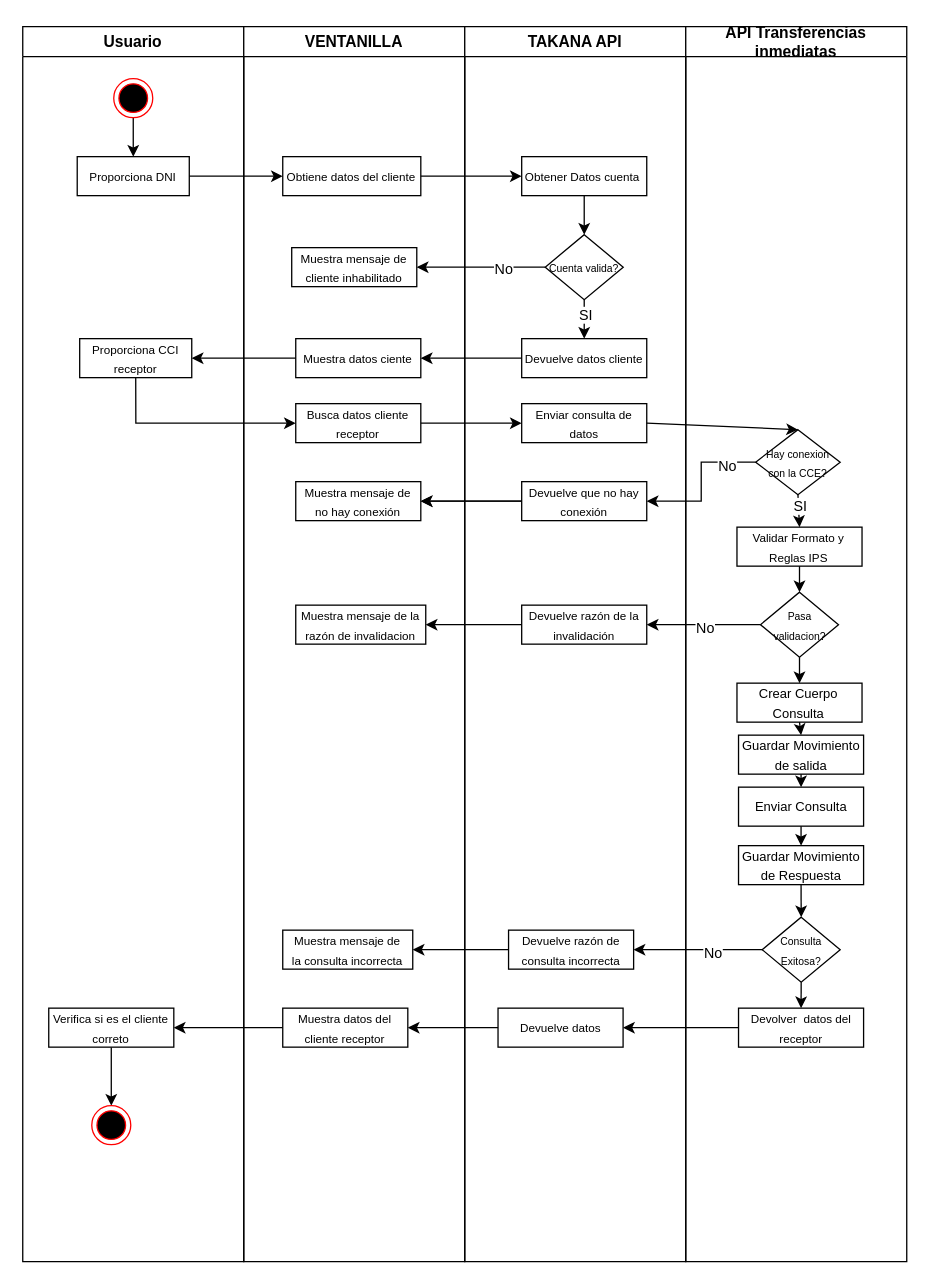
Richard-MJ/CMACT keeps this draw.io diagram as page "D. Flujo consulta salida" (9 of 11) of Diagramas.drawio. Above is the earlier version. Source tidied: cells renumbered, new cells numbered last; positions are measured from the earlier drawing's top-left corner, leaving out a move shared by most shapes. Both pictures are drawn from the tidied source at 130%, with x=0, y=0 at pixel (22, 26).
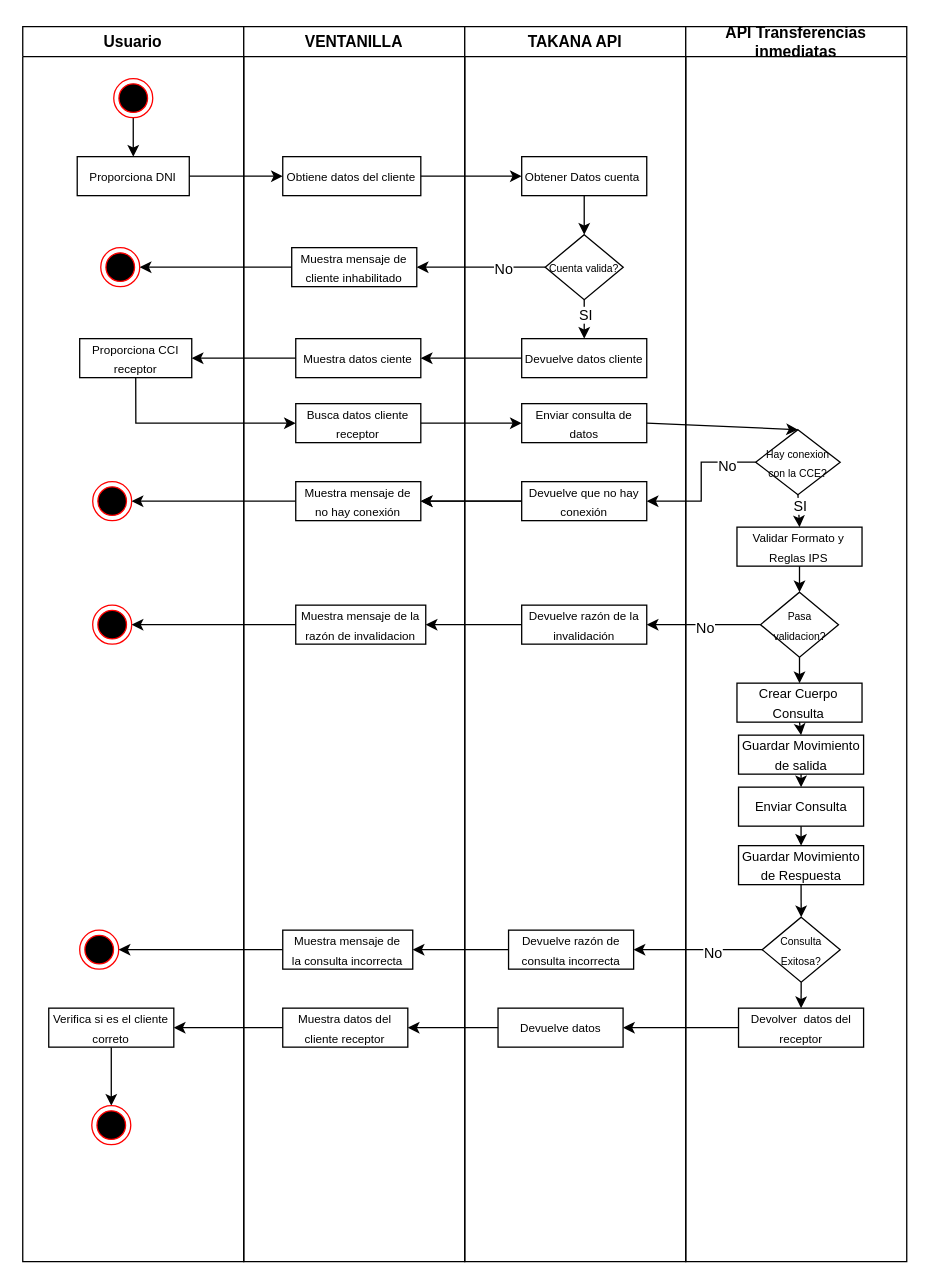
After the change.

Commit message:
D. Flujo Orden Salida

Unchanged cells that the change refers to:
```xml
<mxCell id="2" value="Usuario" style="swimlane;whiteSpace=wrap;html=1;" parent="1" vertex="1">
  <mxGeometry width="170" height="950" as="geometry" />
</mxCell>
<mxCell id="12" value="&lt;font style=&quot;font-size: 9px;&quot;&gt;Muestra mensaje de cliente inhabilitado&lt;/font&gt;" style="rounded=0;whiteSpace=wrap;html=1;" parent="10" vertex="1">
  <mxGeometry x="36.9" y="170" width="96.2" height="30" as="geometry" />
</mxCell>
<mxCell id="15" value="&lt;font style=&quot;font-size: 9px;&quot;&gt;Muestra mensaje de no hay conexión&lt;/font&gt;" style="rounded=0;whiteSpace=wrap;html=1;" parent="10" vertex="1">
  <mxGeometry x="40" y="350" width="96.2" height="30" as="geometry" />
</mxCell>
<mxCell id="16" value="&lt;font style=&quot;font-size: 9px;&quot;&gt;Muestra mensaje de la razón de invalidacion&lt;/font&gt;" style="rounded=0;whiteSpace=wrap;html=1;" parent="10" vertex="1">
  <mxGeometry x="40" y="445" width="100" height="30" as="geometry" />
</mxCell>
<mxCell id="30" value="&lt;font style=&quot;font-size: 9px;&quot;&gt;Muestra mensaje de la&amp;nbsp;&lt;/font&gt;&lt;font style=&quot;font-size: 9px;&quot;&gt;consulta incorrecta&lt;/font&gt;" style="rounded=0;whiteSpace=wrap;html=1;" parent="17" vertex="1">
  <mxGeometry x="-140" y="695" width="100" height="30" as="geometry" />
</mxCell>
```

The edit, as a diff of the source:
```diff
@@
+    <mxCell id="72" style="ellipse;html=1;shape=endState;fillColor=#000000;strokeColor=#ff0000;" parent="2" vertex="1">
+      <mxGeometry x="43.8" y="695" width="30" height="30" as="geometry" />
+    </mxCell>
+    <mxCell id="73" style="ellipse;html=1;shape=endState;fillColor=#000000;strokeColor=#ff0000;" parent="2" vertex="1">
+      <mxGeometry x="53.8" y="445" width="30" height="30" as="geometry" />
+    </mxCell>
+    <mxCell id="74" style="ellipse;html=1;shape=endState;fillColor=#000000;strokeColor=#ff0000;" parent="2" vertex="1">
+      <mxGeometry x="53.8" y="350" width="30" height="30" as="geometry" />
+    </mxCell>
+    <mxCell id="75" style="ellipse;html=1;shape=endState;fillColor=#000000;strokeColor=#ff0000;" parent="2" vertex="1">
+      <mxGeometry x="60" y="170" width="30" height="30" as="geometry" />
+    </mxCell>
@@
+    <mxCell id="76" style="edgeStyle=orthogonalEdgeStyle;rounded=0;jettySize=auto;html=1;entryX=1;entryY=0.5;entryDx=0;entryDy=0;" parent="1" edge="1" source="30" target="72">
+      <mxGeometry relative="1" as="geometry" />
+    </mxCell>
+    <mxCell id="77" style="edgeStyle=orthogonalEdgeStyle;rounded=0;jettySize=auto;html=1;entryX=1;entryY=0.5;entryDx=0;entryDy=0;" parent="1" edge="1" source="15" target="74">
+      <mxGeometry relative="1" as="geometry" />
+    </mxCell>
+    <mxCell id="78" style="edgeStyle=orthogonalEdgeStyle;rounded=0;jettySize=auto;html=1;" parent="1" edge="1" source="16" target="73">
+      <mxGeometry relative="1" as="geometry" />
+    </mxCell>
+    <mxCell id="79" style="edgeStyle=orthogonalEdgeStyle;rounded=0;jettySize=auto;html=1;" parent="1" edge="1" source="12" target="75">
+      <mxGeometry relative="1" as="geometry" />
+    </mxCell>
```
